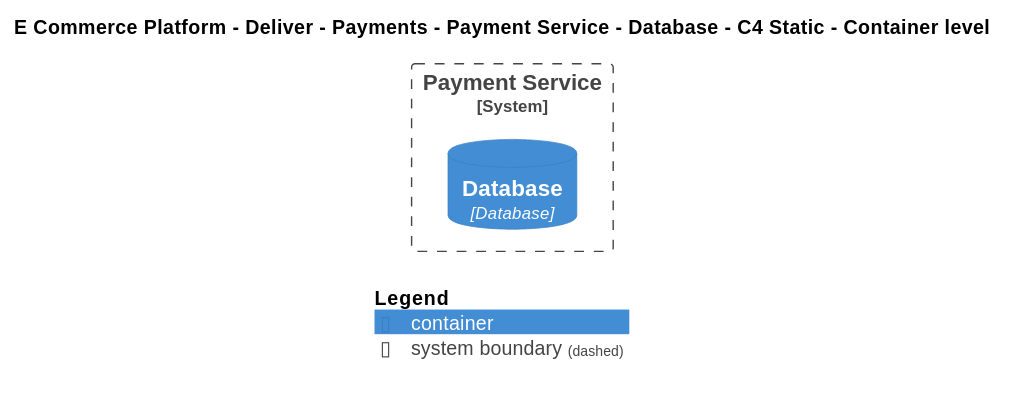
This is Samples/E-Commerce Platform/Yaml/Diagrams/E Commerce Platform/Deliver/Payments/Software Systems/Payment Service/Containers/Database/Container - C4 Static.svg from mnadenysenko/C4InterFlow, a PlantUML export, as it was before one commit.
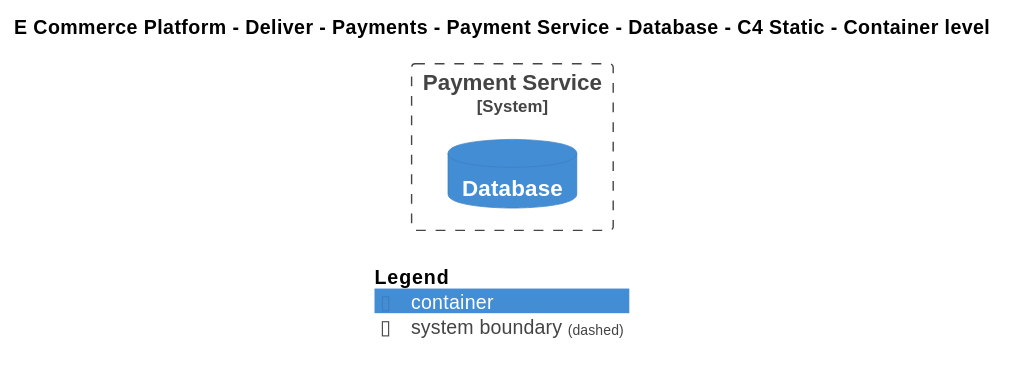
Above is the later version.

Change to the diagram source:
```diff
@@ -18,7 +18,7 @@
 
 
 System_Boundary(ECommercePlatform.Deliver.Payments.SoftwareSystems.PaymentService, "Payment Service") {
-    ContainerDb(ECommercePlatform.Deliver.Payments.SoftwareSystems.PaymentService.Containers.Database, "Database", "Database", "")
+    ContainerDb(ECommercePlatform.Deliver.Payments.SoftwareSystems.PaymentService.Containers.Database, "Database", "", "")
 }
 
 
```
